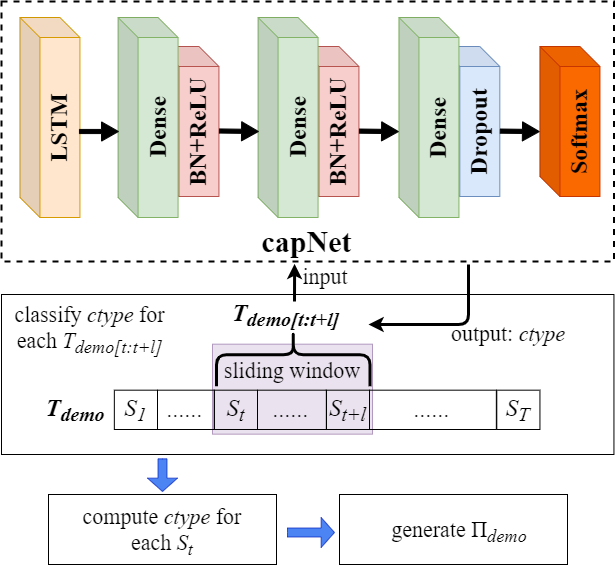
LCEPRPFD/LCEPRPFD.github.io keeps this draw.io diagram as img/capnet.png. Above is the earlier version. Source tidied: cells renumbered, new cells last; positions are measured from the earlier drawing's top-left corner, leaving out a move shared by most shapes.
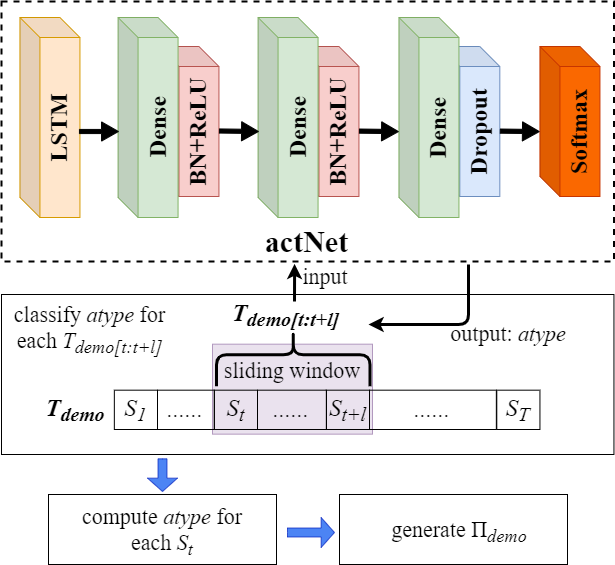
The same diagram one commit later.

The edit, as a diff of the source:
```diff
@@ -14,7 +14,7 @@
     <mxCell id="5" style="rounded=0;whiteSpace=wrap;html=1;fontFamily=Times New Roman;fillColor=none;strokeWidth=2;dashed=1;" parent="1" vertex="1">
       <mxGeometry width="612.4" height="260" as="geometry" />
     </mxCell>
-    <mxCell id="6" value="&lt;font style=&quot;font-size: 30px&quot;&gt;capNet&lt;/font&gt;" style="text;html=1;strokeColor=none;fillColor=none;align=center;verticalAlign=middle;whiteSpace=wrap;rounded=0;fontStyle=1;fontFamily=Times New Roman;" parent="1" vertex="1">
+    <mxCell id="6" value="&lt;font style=&quot;font-size: 30px&quot;&gt;actNet&lt;/font&gt;" style="text;html=1;strokeColor=none;fillColor=none;align=center;verticalAlign=middle;whiteSpace=wrap;rounded=0;fontStyle=1;fontFamily=Times New Roman;" parent="1" vertex="1">
       <mxGeometry x="252.6" y="220" width="104.9" height="40" as="geometry" />
     </mxCell>
     <mxCell id="7" value="&lt;font style=&quot;font-size: 24px&quot;&gt;LSTM&lt;/font&gt;" style="shape=cube;whiteSpace=wrap;html=1;boundedLbl=1;backgroundOutline=1;darkOpacity=0.05;darkOpacity2=0.1;size=20;fillColor=#ffe6cc;strokeColor=#d79b00;horizontal=0;fontFamily=Times New Roman;fontStyle=1;" parent="1" vertex="1">
@@ -104,13 +104,13 @@
     <mxCell id="31" value="&lt;font style=&quot;font-size: 22px&quot;&gt;input&lt;/font&gt;" style="text;html=1;strokeColor=none;fillColor=none;align=center;verticalAlign=middle;whiteSpace=wrap;rounded=0;fontFamily=Times New Roman;fontSize=20;opacity=70;" parent="1" vertex="1">
       <mxGeometry x="304" y="266" width="40" height="20" as="geometry" />
     </mxCell>
-    <mxCell id="32" value="&lt;font style=&quot;font-size: 22px&quot;&gt;output: &lt;i&gt;ctype&lt;/i&gt;&lt;/font&gt;" style="text;html=1;strokeColor=none;fillColor=none;align=center;verticalAlign=middle;whiteSpace=wrap;rounded=0;fontFamily=Times New Roman;fontSize=20;opacity=70;" parent="1" vertex="1">
+    <mxCell id="32" value="&lt;font style=&quot;font-size: 22px&quot;&gt;output: &lt;i&gt;atype&lt;/i&gt;&lt;/font&gt;" style="text;html=1;strokeColor=none;fillColor=none;align=center;verticalAlign=middle;whiteSpace=wrap;rounded=0;fontFamily=Times New Roman;fontSize=20;opacity=70;" parent="1" vertex="1">
       <mxGeometry x="427" y="302.7" width="160" height="60" as="geometry" />
     </mxCell>
-    <mxCell id="33" value="&lt;font style=&quot;font-size: 22px&quot;&gt;classify &lt;i&gt;ctype &lt;/i&gt;for each&amp;nbsp;&lt;i&gt;T&lt;sub&gt;demo[t:t+l]&lt;/sub&gt;&lt;/i&gt;&lt;/font&gt;" style="text;html=1;strokeColor=none;fillColor=none;align=center;verticalAlign=middle;whiteSpace=wrap;rounded=0;fontFamily=Times New Roman;fontSize=20;opacity=70;" parent="1" vertex="1">
+    <mxCell id="33" value="&lt;font style=&quot;font-size: 22px&quot;&gt;classify &lt;i&gt;atype &lt;/i&gt;for each&amp;nbsp;&lt;i&gt;T&lt;sub&gt;demo[t:t+l]&lt;/sub&gt;&lt;/i&gt;&lt;/font&gt;" style="text;html=1;strokeColor=none;fillColor=none;align=center;verticalAlign=middle;whiteSpace=wrap;rounded=0;fontFamily=Times New Roman;fontSize=20;opacity=70;" parent="1" vertex="1">
       <mxGeometry y="290" width="177" height="77.3" as="geometry" />
     </mxCell>
-    <mxCell id="34" value="&lt;font style=&quot;font-size: 22px&quot;&gt;compute&amp;nbsp;&lt;i&gt;ctype &lt;/i&gt;for each&amp;nbsp;&lt;i&gt;S&lt;sub&gt;t&lt;/sub&gt;&lt;/i&gt;&lt;/font&gt;" style="text;html=1;strokeColor=none;fillColor=none;align=center;verticalAlign=middle;whiteSpace=wrap;rounded=0;fontFamily=Times New Roman;fontSize=20;opacity=70;" parent="1" vertex="1">
+    <mxCell id="34" value="&lt;font style=&quot;font-size: 22px&quot;&gt;compute&amp;nbsp;&lt;i&gt;atype &lt;/i&gt;for each&amp;nbsp;&lt;i&gt;S&lt;sub&gt;t&lt;/sub&gt;&lt;/i&gt;&lt;/font&gt;" style="text;html=1;strokeColor=none;fillColor=none;align=center;verticalAlign=middle;whiteSpace=wrap;rounded=0;fontFamily=Times New Roman;fontSize=20;opacity=70;" parent="1" vertex="1">
       <mxGeometry x="71.2" y="509" width="179.5" height="44" as="geometry" />
     </mxCell>
     <mxCell id="35" style="endArrow=classic;html=1;fontFamily=Times New Roman;fontSize=20;strokeWidth=3;entryX=0.339;entryY=1.059;entryDx=0;entryDy=0;entryPerimeter=0;" parent="1" edge="1">
```
